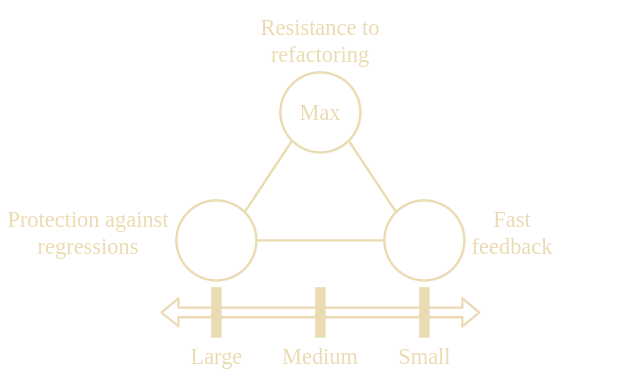
Earlier version of the draw.io export images/test_triangle.png (ajguerrer/ajguerrer.github.io). Source tidied: cells renumbered, new cells last; positions are measured from the earlier drawing's top-left corner, leaving out a move shared by most shapes.
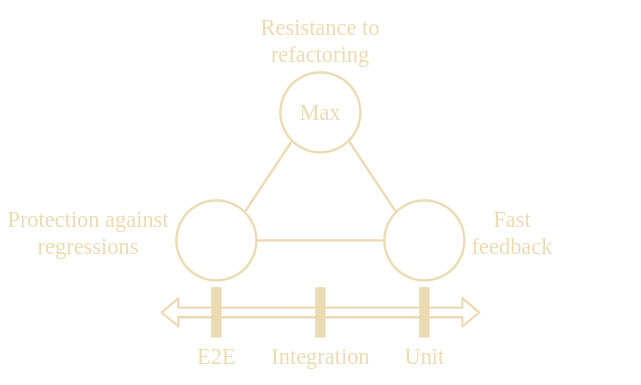
After the change.

The edit, as a diff of the source:
```diff
@@ -32,15 +32,15 @@
     <mxCell id="11" value="Fast feedback" style="text;fontSize=28;align=center;verticalAlign=middle;html=1;fontColor=#EBDBB2;whiteSpace=wrap;fontFamily=Work Sans;FType=g;" parent="1" vertex="1">
       <mxGeometry x="580" y="250" width="120" height="80" as="geometry" />
     </mxCell>
-    <mxCell id="12" value="&lt;font style=&quot;font-size: 28px&quot;&gt;Medium&lt;/font&gt;" style="text;fontSize=28;align=center;verticalAlign=middle;html=1;fontColor=#ebdbb2;whiteSpace=wrap;fontFamily=Work Sans;FType=g;" parent="1" vertex="1">
-      <mxGeometry x="345" y="425" width="110" height="40" as="geometry" />
-    </mxCell>
-    <mxCell id="13" value="&lt;font style=&quot;font-size: 28px&quot;&gt;Large&lt;/font&gt;" style="text;fontSize=28;align=center;verticalAlign=middle;html=1;fontColor=#ebdbb2;whiteSpace=wrap;fontFamily=Work Sans;FType=g;" parent="1" vertex="1">
-      <mxGeometry x="227.5" y="425" width="85" height="40" as="geometry" />
-    </mxCell>
-    <mxCell id="14" value="Small" style="text;fontSize=28;align=center;verticalAlign=middle;html=1;fontColor=#ebdbb2;whiteSpace=wrap;fontFamily=Work Sans;FType=g;" parent="1" vertex="1">
-      <mxGeometry x="487.5" y="430" width="85" height="30" as="geometry" />
-    </mxCell>
+    <mxCell id="20" value="&lt;font style=&quot;font-size: 28px&quot;&gt;Integration&lt;/font&gt;" style="text;fontSize=28;align=center;verticalAlign=middle;html=1;fontColor=#ebdbb2;whiteSpace=wrap;fontFamily=Work Sans;FType=g;" parent="1" vertex="1">
+      <mxGeometry x="327.5" y="425" width="145" height="40" as="geometry" />
+    </mxCell>
+    <mxCell id="21" value="&lt;font style=&quot;font-size: 28px&quot;&gt;E2E&lt;/font&gt;" style="text;fontSize=28;align=center;verticalAlign=middle;html=1;fontColor=#ebdbb2;whiteSpace=wrap;fontFamily=Work Sans;FType=g;" parent="1" vertex="1">
+      <mxGeometry x="227.5" y="425" width="85" height="40" as="geometry" />
+    </mxCell>
+    <mxCell id="22" value="Unit" style="text;fontSize=28;align=center;verticalAlign=middle;html=1;fontColor=#ebdbb2;whiteSpace=wrap;fontFamily=Work Sans;FType=g;" parent="1" vertex="1">
+      <mxGeometry x="487.5" y="430" width="85" height="30" as="geometry" />
+    </mxCell>
     <mxCell id="15" style="rounded=0;whiteSpace=wrap;html=1;fontSize=28;strokeWidth=3;strokeColor=#EBDBB2;fillColor=#EBDBB2;" parent="1" vertex="1">
       <mxGeometry x="265" y="360" width="10" height="60" as="geometry" />
     </mxCell>
@@ -53,11 +53,11 @@
     <mxCell id="18" style="rounded=0;whiteSpace=wrap;html=1;fontSize=28;strokeWidth=3;strokeColor=#EBDBB2;fillColor=#EBDBB2;" parent="1" vertex="1">
       <mxGeometry x="525" y="360" width="10" height="60" as="geometry" />
     </mxCell>
-    <mxCell id="19" style="shape=flexArrow;endArrow=classic;startArrow=classic;html=1;fontSize=28;strokeWidth=3;strokeColor=#EBDBB2;fillColor=none;" parent="1" edge="1">
-      <mxGeometry relative="1" as="geometry">
-        <mxPoint x="200" y="390" as="sourcePoint" />
-        <mxPoint x="600" y="390" as="targetPoint" />
-      </mxGeometry>
-    </mxCell>
+    <mxCell id="23" style="shape=flexArrow;endArrow=classic;startArrow=classic;html=1;fontSize=28;strokeWidth=3;strokeColor=#EBDBB2;fillColor=none;" parent="1" edge="1">
+      <mxGeometry relative="1" as="geometry">
+        <mxPoint x="200" y="390" as="sourcePoint" />
+        <mxPoint x="600" y="390" as="targetPoint" />
+      </mxGeometry>
+    </mxCell>
   </root>
 </mxGraphModel>
```
